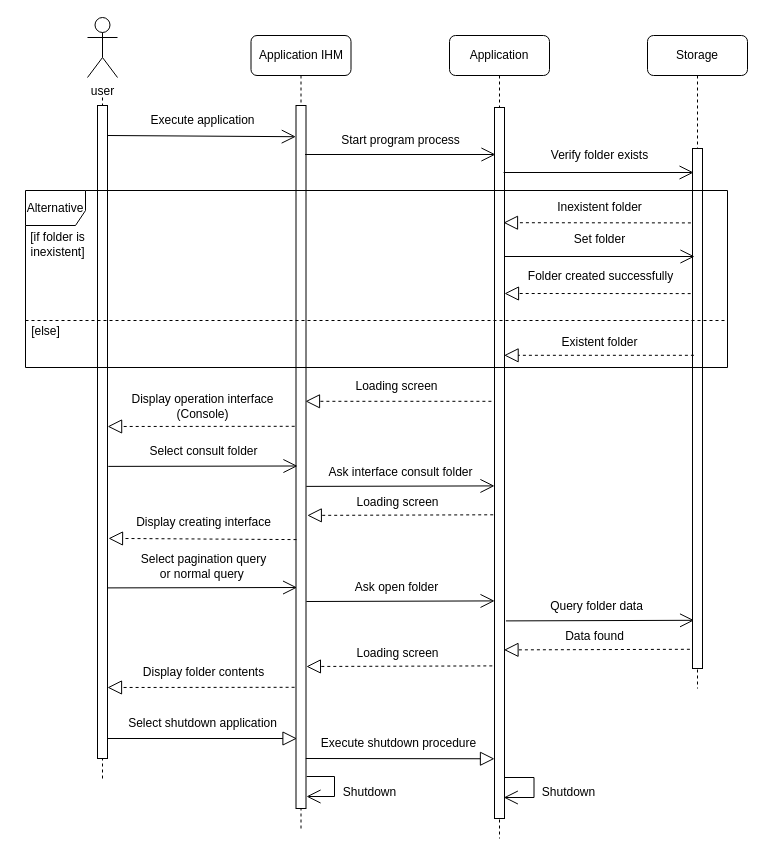
Above: page "Page-1" (1 of 3) of consult diagram.drawio in Weicheng178/UML (draw.io), before the change. Source tidied: cells renumbered, new cells numbered last; positions are measured from the earlier drawing's top-left corner, leaving out a move shared by most shapes. Both pictures are drawn from the tidied source at 100%, with x=0, y=0 at pixel (17, 17).
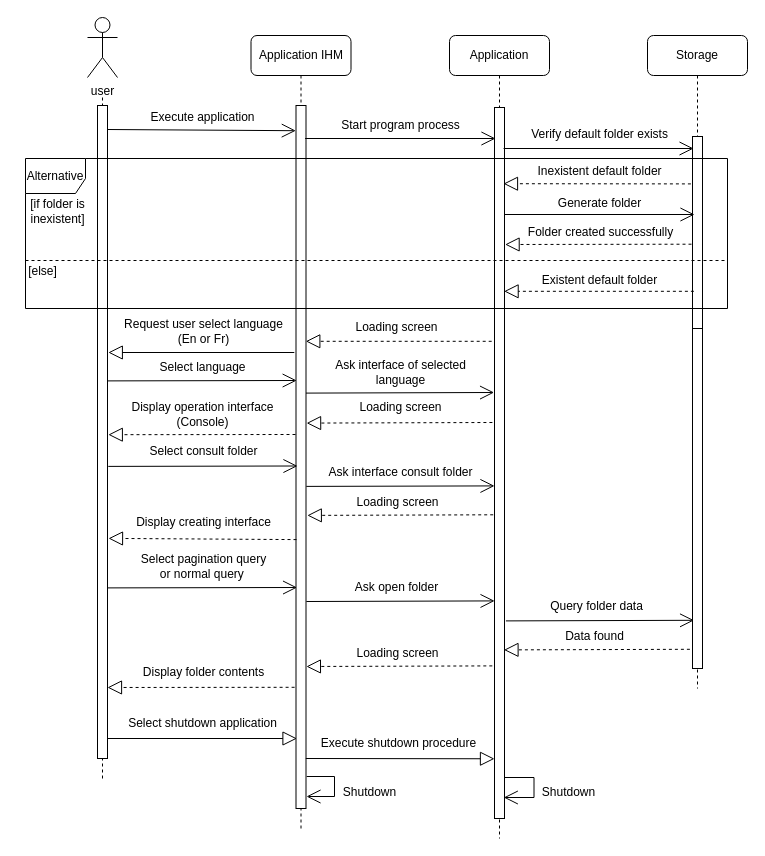
The same diagram, later.

The edit, as a diff of the source:
```diff
@@
-    <mxCell id="11" style="endArrow=block;dashed=1;endFill=0;endSize=12;html=1;rounded=1;exitX=-0.161;exitY=0.058;exitDx=0;exitDy=0;exitPerimeter=0;" parent="1" edge="1">
-      <mxGeometry relative="1" as="geometry">
-        <mxPoint x="673.4" y="205.4" as="sourcePoint" />
-        <mxPoint x="486" y="205.2" as="targetPoint" />
-      </mxGeometry>
-    </mxCell>
-    <mxCell id="12" style="endArrow=block;dashed=1;endFill=0;endSize=12;html=1;rounded=1;" parent="1" edge="1">
-      <mxGeometry relative="1" as="geometry">
-        <mxPoint x="473.9" y="383.8" as="sourcePoint" />
-        <mxPoint x="288" y="383.8" as="targetPoint" />
-      </mxGeometry>
-    </mxCell>
-    <mxCell id="13" style="endArrow=open;endFill=1;endSize=12;html=1;rounded=1;targetPerimeterSpacing=-4;sourcePerimeterSpacing=3;" parent="1" edge="1">
-      <mxGeometry relative="1" as="geometry">
-        <mxPoint x="487" y="239" as="sourcePoint" />
-        <mxPoint x="677" y="239" as="targetPoint" />
-      </mxGeometry>
-    </mxCell>
-    <mxCell id="14" style="endArrow=block;dashed=1;endFill=0;endSize=12;html=1;rounded=1;targetPerimeterSpacing=-4;sourcePerimeterSpacing=3;" parent="1" edge="1">
-      <mxGeometry relative="1" as="geometry">
-        <mxPoint x="676.4" y="337.8" as="sourcePoint" />
-        <mxPoint x="486.6" y="337.8" as="targetPoint" />
-      </mxGeometry>
-    </mxCell>
-    <mxCell id="15" value="Execute application" style="text;html=1;align=center;verticalAlign=middle;strokeColor=none;fillColor=none;rounded=1;" parent="1" vertex="1">
-      <mxGeometry x="120" y="88" width="130" height="30" as="geometry" />
-    </mxCell>
-    <mxCell id="16" style="endArrow=open;endFill=1;endSize=12;html=1;rounded=1;entryX=-0.015;entryY=0.014;entryDx=0;entryDy=0;entryPerimeter=0;" parent="1" edge="1">
-      <mxGeometry relative="1" as="geometry">
-        <mxPoint x="90" y="118" as="sourcePoint" />
-        <mxPoint x="278.3" y="119.2" as="targetPoint" />
-      </mxGeometry>
-    </mxCell>
-    <mxCell id="17" value="Start program process" style="text;html=1;align=center;verticalAlign=middle;strokeColor=none;fillColor=none;rounded=1;" parent="1" vertex="1">
-      <mxGeometry x="313" y="108" width="140" height="30" as="geometry" />
-    </mxCell>
-    <mxCell id="18" style="endArrow=open;endFill=1;endSize=12;html=1;rounded=1;exitX=0.913;exitY=0.022;exitDx=0;exitDy=0;exitPerimeter=0;" parent="1" edge="1">
-      <mxGeometry relative="1" as="geometry">
-        <mxPoint x="287.6" y="137" as="sourcePoint" />
-        <mxPoint x="478" y="137" as="targetPoint" />
-      </mxGeometry>
-    </mxCell>
-    <mxCell id="19" style="endArrow=block;dashed=1;endFill=0;endSize=12;html=1;rounded=1;exitX=-0.125;exitY=0.144;exitDx=0;exitDy=0;exitPerimeter=0;" parent="1" edge="1">
-      <mxGeometry relative="1" as="geometry">
-        <mxPoint x="277.2" y="408.8" as="sourcePoint" />
-        <mxPoint x="90.1" y="409" as="targetPoint" />
-      </mxGeometry>
-    </mxCell>
-    <mxCell id="20" value="Verify folder exists" style="text;html=1;align=center;verticalAlign=middle;strokeColor=none;fillColor=none;rounded=1;" parent="1" vertex="1">
-      <mxGeometry x="521.5" y="123" width="120" height="30" as="geometry" />
-    </mxCell>
-    <mxCell id="21" value="Alternative" style="shape=umlFrame;whiteSpace=wrap;html=1;width=60;height=35;" parent="1" vertex="1">
-      <mxGeometry x="8" y="173" width="702" height="177" as="geometry" />
-    </mxCell>
-    <mxCell id="22" value="Loading screen" style="text;html=1;align=center;verticalAlign=middle;strokeColor=none;fillColor=none;rounded=1;" parent="1" vertex="1">
-      <mxGeometry x="324" y="354" width="110" height="30" as="geometry" />
-    </mxCell>
-    <mxCell id="23" value="[if folder is &lt;br&gt;inexistent]" style="text;html=1;align=center;verticalAlign=middle;strokeColor=none;fillColor=none;" parent="1" vertex="1">
-      <mxGeometry y="207" width="80" height="40" as="geometry" />
-    </mxCell>
-    <mxCell id="24" value="[else]" style="text;html=1;align=center;verticalAlign=middle;strokeColor=none;fillColor=none;" parent="1" vertex="1">
-      <mxGeometry x="3" y="299" width="50" height="30" as="geometry" />
-    </mxCell>
-    <mxCell id="25" value="Inexistent folder" style="text;html=1;align=center;verticalAlign=middle;strokeColor=none;fillColor=none;rounded=1;" parent="1" vertex="1">
-      <mxGeometry x="527" y="175.2" width="110" height="30" as="geometry" />
-    </mxCell>
-    <mxCell id="26" style="line;strokeWidth=1;fillColor=none;align=left;verticalAlign=middle;spacingTop=-1;spacingLeft=3;spacingRight=3;labelPosition=right;dashed=1;" parent="1" vertex="1">
-      <mxGeometry x="8" y="299" width="700" height="8" as="geometry" />
-    </mxCell>
-    <mxCell id="27" value="Set folder" style="text;html=1;align=center;verticalAlign=middle;strokeColor=none;fillColor=none;rounded=1;" parent="1" vertex="1">
-      <mxGeometry x="547.4" y="207" width="70" height="30" as="geometry" />
-    </mxCell>
-    <mxCell id="28" value="Existent folder" style="text;html=1;align=center;verticalAlign=middle;strokeColor=none;fillColor=none;rounded=1;" parent="1" vertex="1">
-      <mxGeometry x="531.5" y="310" width="100" height="30" as="geometry" />
-    </mxCell>
-    <mxCell id="29" value="Display operation interface&lt;br&gt;(Console)" style="text;html=1;align=center;verticalAlign=middle;strokeColor=none;fillColor=none;rounded=1;" parent="1" vertex="1">
-      <mxGeometry x="100" y="369" width="170" height="40" as="geometry" />
-    </mxCell>
-    <mxCell id="30" style="endArrow=open;endFill=1;endSize=12;html=1;rounded=1;targetPerimeterSpacing=-4;sourcePerimeterSpacing=3;" parent="1" edge="1">
-      <mxGeometry relative="1" as="geometry">
-        <mxPoint x="486.1" y="155" as="sourcePoint" />
-        <mxPoint x="676.1" y="155" as="targetPoint" />
-      </mxGeometry>
-    </mxCell>
-    <mxCell id="31" style="endArrow=block;dashed=1;endFill=0;endSize=12;html=1;rounded=1;targetPerimeterSpacing=-4;sourcePerimeterSpacing=4;jumpSize=7;exitX=0.12;exitY=0.279;exitDx=0;exitDy=0;exitPerimeter=0;" parent="1" edge="1">
-      <mxGeometry relative="1" as="geometry">
-        <mxPoint x="673.2" y="276.1" as="sourcePoint" />
-        <mxPoint x="487" y="276" as="targetPoint" />
-      </mxGeometry>
-    </mxCell>
-    <mxCell id="32" value="Folder created successfully" style="text;html=1;align=center;verticalAlign=middle;strokeColor=none;fillColor=none;rounded=1;" parent="1" vertex="1">
-      <mxGeometry x="497.5" y="244" width="170" height="30" as="geometry" />
-    </mxCell>
@@
+    <mxCell id="61" style="html=1;perimeter=orthogonalPerimeter;rounded=0;glass=0;labelBackgroundColor=none;fillStyle=auto;" parent="1" vertex="1">
+      <mxGeometry x="675" y="119" width="10" height="192" as="geometry" />
+    </mxCell>
+    <mxCell id="62" style="endArrow=block;dashed=1;endFill=0;endSize=12;html=1;rounded=1;exitX=-0.161;exitY=0.058;exitDx=0;exitDy=0;exitPerimeter=0;" parent="1" edge="1">
+      <mxGeometry relative="1" as="geometry">
+        <mxPoint x="673.4" y="166.4" as="sourcePoint" />
+        <mxPoint x="486" y="166.2" as="targetPoint" />
+      </mxGeometry>
+    </mxCell>
+    <mxCell id="63" style="endArrow=block;dashed=1;endFill=0;endSize=12;html=1;rounded=1;" parent="1" edge="1">
+      <mxGeometry relative="1" as="geometry">
+        <mxPoint x="474.2" y="323.8" as="sourcePoint" />
+        <mxPoint x="288.3" y="323.8" as="targetPoint" />
+      </mxGeometry>
+    </mxCell>
+    <mxCell id="64" style="endArrow=open;endFill=1;endSize=12;html=1;rounded=1;targetPerimeterSpacing=-4;sourcePerimeterSpacing=3;" parent="1" edge="1">
+      <mxGeometry relative="1" as="geometry">
+        <mxPoint x="487" y="197" as="sourcePoint" />
+        <mxPoint x="677" y="197" as="targetPoint" />
+      </mxGeometry>
+    </mxCell>
+    <mxCell id="65" style="endArrow=block;dashed=1;endFill=0;endSize=12;html=1;rounded=1;targetPerimeterSpacing=-4;sourcePerimeterSpacing=3;" parent="1" edge="1">
+      <mxGeometry relative="1" as="geometry">
+        <mxPoint x="676.4" y="273.8" as="sourcePoint" />
+        <mxPoint x="486.6" y="273.8" as="targetPoint" />
+      </mxGeometry>
+    </mxCell>
+    <mxCell id="15" value="Execute application" style="text;html=1;align=center;verticalAlign=middle;strokeColor=none;fillColor=none;rounded=1;" parent="1" vertex="1">
+      <mxGeometry x="120" y="85" width="130" height="30" as="geometry" />
+    </mxCell>
+    <mxCell id="66" style="endArrow=open;endFill=1;endSize=12;html=1;rounded=1;entryX=-0.015;entryY=0.014;entryDx=0;entryDy=0;entryPerimeter=0;" parent="1" edge="1">
+      <mxGeometry relative="1" as="geometry">
+        <mxPoint x="90" y="112" as="sourcePoint" />
+        <mxPoint x="278.3" y="113.2" as="targetPoint" />
+      </mxGeometry>
+    </mxCell>
+    <mxCell id="17" value="Start program process" style="text;html=1;align=center;verticalAlign=middle;strokeColor=none;fillColor=none;rounded=1;" parent="1" vertex="1">
+      <mxGeometry x="313" y="93" width="140" height="30" as="geometry" />
+    </mxCell>
+    <mxCell id="67" style="endArrow=open;endFill=1;endSize=12;html=1;rounded=1;exitX=0.913;exitY=0.022;exitDx=0;exitDy=0;exitPerimeter=0;" parent="1" edge="1">
+      <mxGeometry relative="1" as="geometry">
+        <mxPoint x="287.6" y="121" as="sourcePoint" />
+        <mxPoint x="478" y="121" as="targetPoint" />
+      </mxGeometry>
+    </mxCell>
+    <mxCell id="68" style="endArrow=block;dashed=1;endFill=0;endSize=12;html=1;rounded=1;exitX=-0.125;exitY=0.144;exitDx=0;exitDy=0;exitPerimeter=0;" parent="1" edge="1">
+      <mxGeometry relative="1" as="geometry">
+        <mxPoint x="278" y="417" as="sourcePoint" />
+        <mxPoint x="90.8" y="417.2" as="targetPoint" />
+      </mxGeometry>
+    </mxCell>
+    <mxCell id="69" value="Verify default folder exists" style="text;html=1;align=center;verticalAlign=middle;strokeColor=none;fillColor=none;rounded=1;" parent="1" vertex="1">
+      <mxGeometry x="501.5" y="102" width="160" height="30" as="geometry" />
+    </mxCell>
+    <mxCell id="21" value="Alternative" style="shape=umlFrame;whiteSpace=wrap;html=1;width=60;height=35;" parent="1" vertex="1">
+      <mxGeometry x="8" y="141" width="702" height="150" as="geometry" />
+    </mxCell>
+    <mxCell id="70" value="Loading screen" style="text;html=1;align=center;verticalAlign=middle;strokeColor=none;fillColor=none;rounded=1;" parent="1" vertex="1">
+      <mxGeometry x="324" y="295" width="110" height="30" as="geometry" />
+    </mxCell>
+    <mxCell id="23" value="[if folder is &lt;br&gt;inexistent]" style="text;html=1;align=center;verticalAlign=middle;strokeColor=none;fillColor=none;" parent="1" vertex="1">
+      <mxGeometry y="174" width="80" height="40" as="geometry" />
+    </mxCell>
+    <mxCell id="24" value="[else]" style="text;html=1;align=center;verticalAlign=middle;strokeColor=none;fillColor=none;" parent="1" vertex="1">
+      <mxGeometry y="239" width="50" height="30" as="geometry" />
+    </mxCell>
+    <mxCell id="71" value="Inexistent default folder" style="text;html=1;align=center;verticalAlign=middle;strokeColor=none;fillColor=none;rounded=1;" parent="1" vertex="1">
+      <mxGeometry x="507" y="139.2" width="150" height="30" as="geometry" />
+    </mxCell>
+    <mxCell id="72" style="line;strokeWidth=1;fillColor=none;align=left;verticalAlign=middle;spacingTop=-1;spacingLeft=3;spacingRight=3;labelPosition=right;dashed=1;" parent="1" vertex="1">
+      <mxGeometry x="8" y="239" width="700" height="8" as="geometry" />
+    </mxCell>
+    <mxCell id="73" value="Generate folder" style="text;html=1;align=center;verticalAlign=middle;strokeColor=none;fillColor=none;rounded=1;" parent="1" vertex="1">
+      <mxGeometry x="527.4" y="171" width="110" height="30" as="geometry" />
+    </mxCell>
+    <mxCell id="74" value="Existent default folder" style="text;html=1;align=center;verticalAlign=middle;strokeColor=none;fillColor=none;rounded=1;" parent="1" vertex="1">
+      <mxGeometry x="511.5" y="248" width="140" height="30" as="geometry" />
+    </mxCell>
+    <mxCell id="29" value="Display operation interface&lt;br&gt;(Console)" style="text;html=1;align=center;verticalAlign=middle;strokeColor=none;fillColor=none;rounded=1;" parent="1" vertex="1">
+      <mxGeometry x="100" y="377" width="170" height="40" as="geometry" />
+    </mxCell>
+    <mxCell id="75" style="endArrow=open;endFill=1;endSize=12;html=1;rounded=1;targetPerimeterSpacing=-4;sourcePerimeterSpacing=3;" parent="1" edge="1">
+      <mxGeometry relative="1" as="geometry">
+        <mxPoint x="486.1" y="131" as="sourcePoint" />
+        <mxPoint x="676.1" y="131" as="targetPoint" />
+      </mxGeometry>
+    </mxCell>
+    <mxCell id="76" style="endArrow=block;dashed=1;endFill=0;endSize=12;html=1;rounded=1;targetPerimeterSpacing=-4;sourcePerimeterSpacing=3;exitX=-0.099;exitY=0.603;exitDx=0;exitDy=0;exitPerimeter=0;" parent="1" edge="1">
+      <mxGeometry relative="1" as="geometry">
+        <mxPoint x="674" y="226.7" as="sourcePoint" />
+        <mxPoint x="487.6" y="227" as="targetPoint" />
+      </mxGeometry>
+    </mxCell>
+    <mxCell id="32" value="Folder created successfully" style="text;html=1;align=center;verticalAlign=middle;strokeColor=none;fillColor=none;rounded=1;" parent="1" vertex="1">
+      <mxGeometry x="497.5" y="200" width="170" height="30" as="geometry" />
+    </mxCell>
+    <mxCell id="77" value="Request user select language&lt;br&gt;(En or Fr)" style="text;html=1;align=center;verticalAlign=middle;strokeColor=none;fillColor=none;rounded=1;" parent="1" vertex="1">
+      <mxGeometry x="95.8" y="294" width="180" height="40" as="geometry" />
+    </mxCell>
+    <mxCell id="78" style="endArrow=block;endFill=0;endSize=12;html=1;rounded=1;" parent="1" edge="1">
+      <mxGeometry relative="1" as="geometry">
+        <mxPoint x="276.8" y="335" as="sourcePoint" />
+        <mxPoint x="90.8" y="335" as="targetPoint" />
+      </mxGeometry>
+    </mxCell>
+    <mxCell id="79" value="Select language" style="text;html=1;align=center;verticalAlign=middle;strokeColor=none;fillColor=none;rounded=1;" parent="1" vertex="1">
+      <mxGeometry x="130" y="335" width="110" height="30" as="geometry" />
+    </mxCell>
+    <mxCell id="80" style="endArrow=open;endFill=1;endSize=12;html=1;rounded=1;entryX=0.071;entryY=0.165;entryDx=0;entryDy=0;entryPerimeter=0;" parent="1" edge="1">
+      <mxGeometry relative="1" as="geometry">
+        <mxPoint x="90" y="363.4" as="sourcePoint" />
+        <mxPoint x="279.2" y="363" as="targetPoint" />
+      </mxGeometry>
+    </mxCell>
+    <mxCell id="81" value="Loading screen" style="text;html=1;align=center;verticalAlign=middle;strokeColor=none;fillColor=none;rounded=1;" parent="1" vertex="1">
+      <mxGeometry x="327.8" y="375" width="110" height="30" as="geometry" />
+    </mxCell>
+    <mxCell id="82" style="endArrow=block;dashed=1;endFill=0;endSize=12;html=1;rounded=1;exitX=-0.211;exitY=0.186;exitDx=0;exitDy=0;exitPerimeter=0;" parent="1" edge="1">
+      <mxGeometry relative="1" as="geometry">
+        <mxPoint x="474.9" y="405" as="sourcePoint" />
+        <mxPoint x="289.1" y="405.6" as="targetPoint" />
+      </mxGeometry>
+    </mxCell>
+    <mxCell id="83" style="endArrow=open;endFill=1;endSize=12;html=1;rounded=1;entryX=-0.083;entryY=0.173;entryDx=0;entryDy=0;entryPerimeter=0;" parent="1" edge="1">
+      <mxGeometry relative="1" as="geometry">
+        <mxPoint x="288.5" y="375.6" as="sourcePoint" />
+        <mxPoint x="476.6" y="375" as="targetPoint" />
+      </mxGeometry>
+    </mxCell>
+    <mxCell id="84" value="Ask interface of selected &lt;br&gt;language" style="text;html=1;align=center;verticalAlign=middle;strokeColor=none;fillColor=none;rounded=1;" parent="1" vertex="1">
+      <mxGeometry x="307.8" y="335" width="150" height="40" as="geometry" />
+    </mxCell>
```
